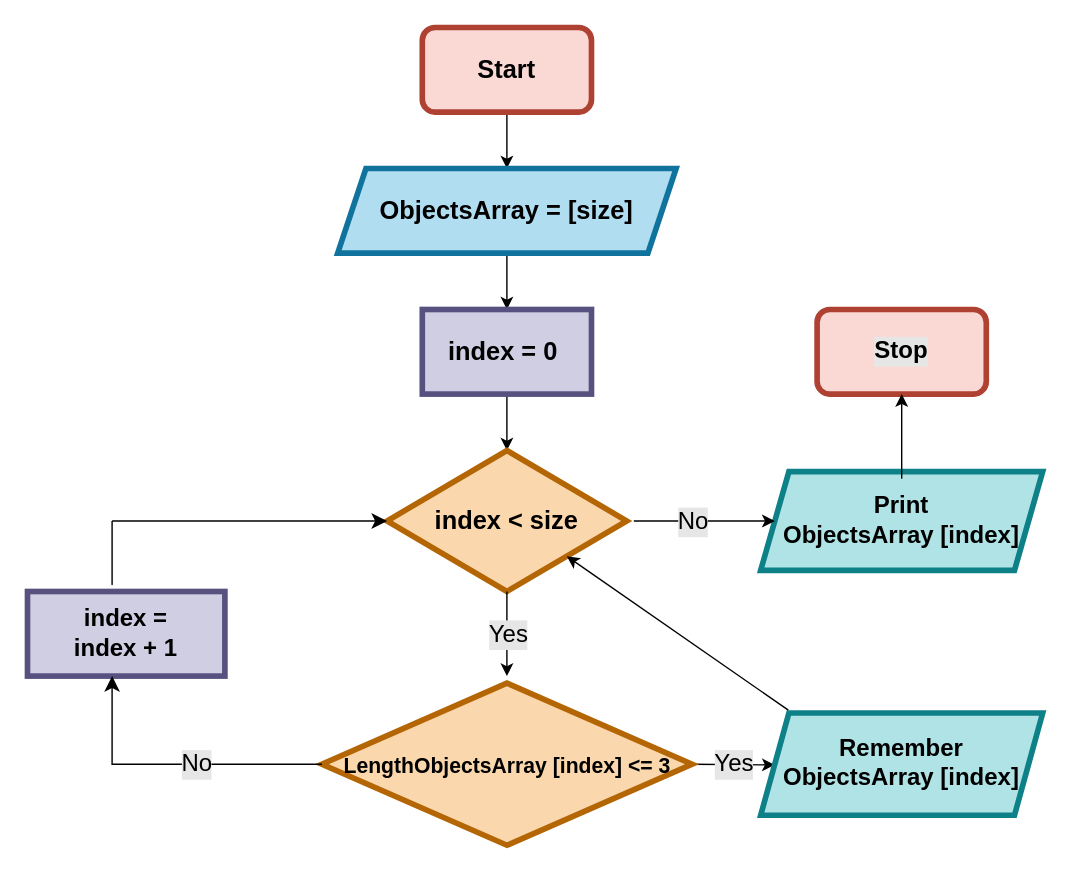
The draw.io diagram algorithm/algorithm.drawio in Ekaterina-Furs/Intermediate_Test_1, before the edit. Source tidied: cells renumbered, new cells numbered last; positions are measured from the earlier drawing's top-left corner, leaving out a move shared by most shapes. Both pictures are drawn from the tidied source at 141%, with x=0, y=0 at pixel (27, 27).
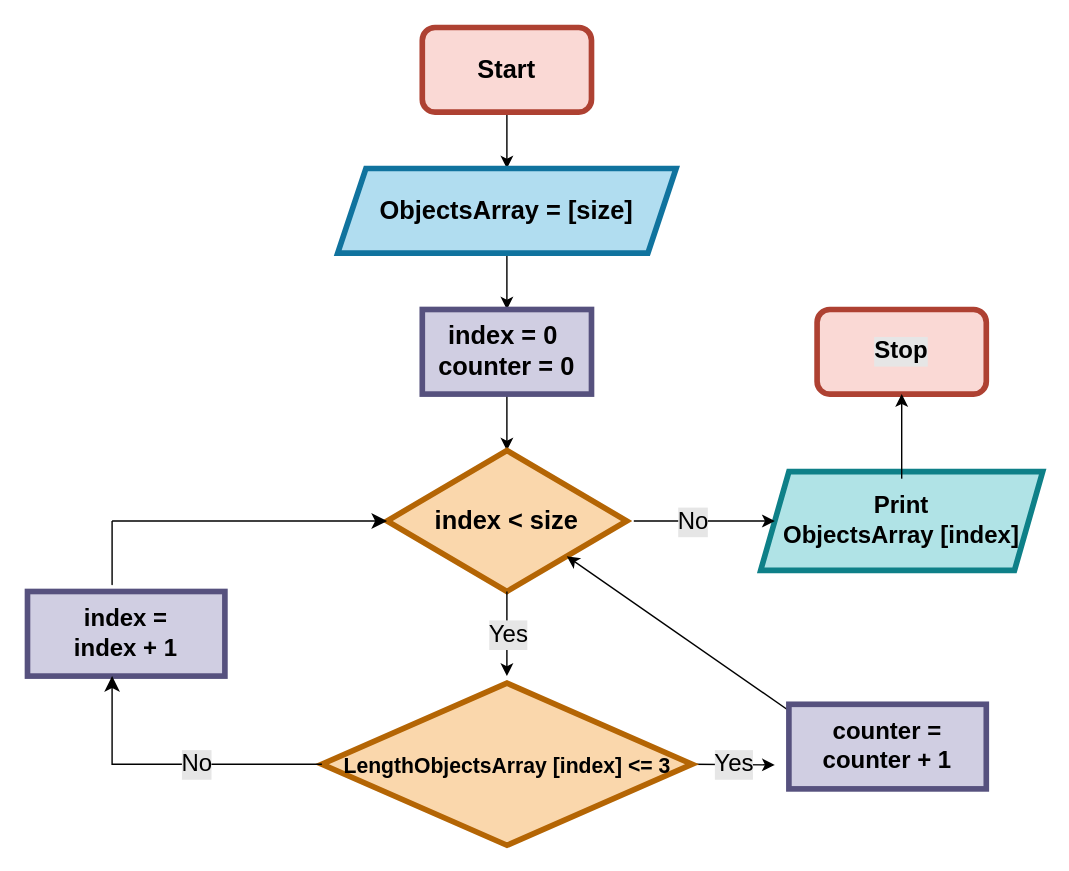
The same page after the edit.

The change refers to these unchanged cells:
```xml
<mxCell id="8" value="&lt;b&gt;&lt;font color=&quot;#000000&quot;&gt;index &amp;lt; size&lt;/font&gt;&lt;/b&gt;" style="rhombus;whiteSpace=wrap;html=1;strokeWidth=4;fontSize=18;fillColor=#fad7ac;strokeColor=#b46504;" parent="1" vertex="1">
  <mxGeometry x="255" y="300" width="170" height="100" as="geometry" />
</mxCell>
```

Diff of the diagram source:
```diff
@@
-    <mxCell id="7" value="&lt;b&gt;&lt;font color=&quot;#000000&quot;&gt;index = 0&amp;nbsp;&lt;br&gt;&lt;/font&gt;&lt;/b&gt;" style="rounded=0;whiteSpace=wrap;html=1;strokeWidth=4;fontSize=18;fillColor=#d0cee2;strokeColor=#56517e;" parent="1" vertex="1">
+    <mxCell id="7" value="&lt;b&gt;&lt;font color=&quot;#000000&quot;&gt;index = 0&amp;nbsp;&lt;br&gt;counter = 0&lt;br&gt;&lt;/font&gt;&lt;/b&gt;" style="rounded=0;whiteSpace=wrap;html=1;strokeWidth=4;fontSize=18;fillColor=#d0cee2;strokeColor=#56517e;" parent="1" vertex="1">
       <mxGeometry x="280" y="200" width="120" height="60" as="geometry" />
     </mxCell>
@@
-    <mxCell id="24" value="&lt;font color=&quot;#000000&quot;&gt;&lt;b&gt;Remember&lt;br&gt;ObjectsArray [index]&lt;/b&gt;&lt;/font&gt;" style="shape=parallelogram;perimeter=parallelogramPerimeter;whiteSpace=wrap;html=1;fixedSize=1;labelBackgroundColor=none;strokeWidth=4;fontSize=17;fillColor=#b0e3e6;strokeColor=#0e8088;verticalAlign=middle;" parent="1" vertex="1">
-      <mxGeometry x="520" y="486.2" width="200" height="72.5" as="geometry" />
-    </mxCell>
-    <mxCell id="25" style="endArrow=classic;html=1;fontSize=17;fontColor=#000000;entryX=1;entryY=1;entryDx=0;entryDy=0;exitX=0.098;exitY=-0.028;exitDx=0;exitDy=0;exitPerimeter=0;" parent="1" edge="1" source="24" target="8">
-      <mxGeometry relative="1" as="geometry" />
+    <mxCell id="25" style="endArrow=classic;html=1;fontSize=17;fontColor=#000000;entryX=1;entryY=1;entryDx=0;entryDy=0;exitX=0.098;exitY=-0.028;exitDx=0;exitDy=0;exitPerimeter=0;" parent="1" edge="1" target="8">
+      <mxGeometry relative="1" as="geometry">
+        <mxPoint x="539.6" y="484.2" as="sourcePoint" />
+      </mxGeometry>
     </mxCell>
+    <mxCell id="26" value="&lt;b&gt;&lt;font style=&quot;font-size: 17px;&quot; color=&quot;#000000&quot;&gt;counter = &lt;br&gt;counter + 1&lt;/font&gt;&lt;/b&gt;" style="rounded=0;whiteSpace=wrap;html=1;strokeWidth=4;fontSize=15;fillColor=#d0cee2;strokeColor=#56517e;" parent="1" vertex="1">
+      <mxGeometry x="540" y="480" width="140" height="60" as="geometry" />
+    </mxCell>
```
